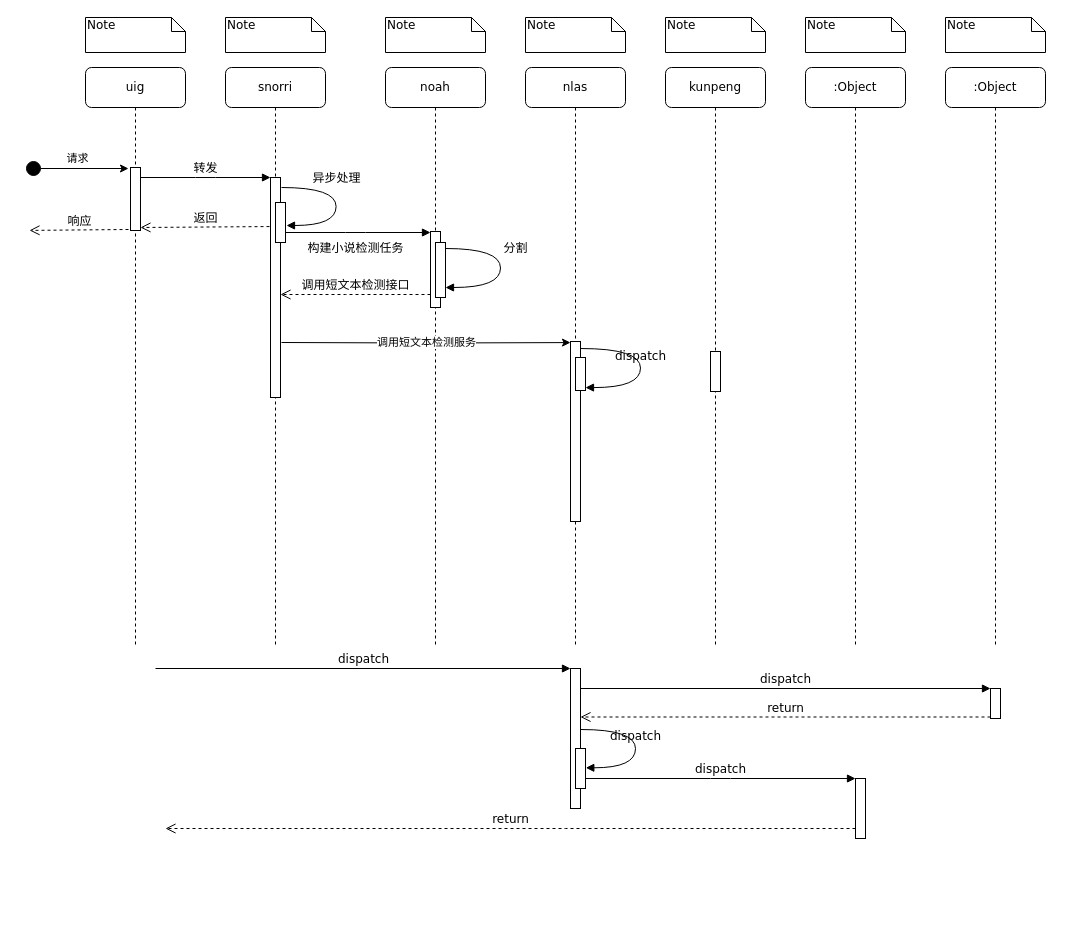
Before: 中文在线机审时序图.drawio in FataliBud/draw.io, a draw.io diagram. Source tidied: cells renumbered, new cells numbered last; positions are measured from the earlier drawing's top-left corner, leaving out a move shared by most shapes. Both pictures are drawn from the tidied source at 100%, with x=0, y=0 at pixel (25, 17).
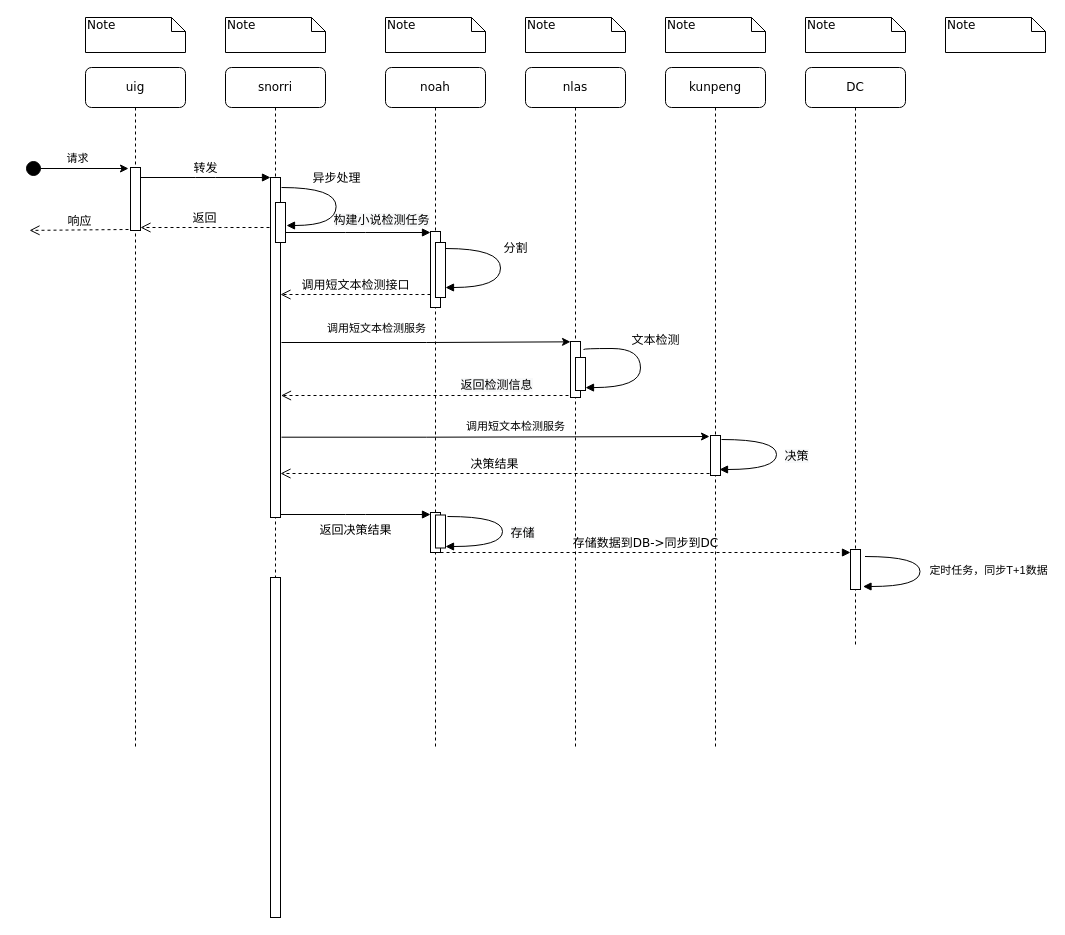
After the change.

Commit message (it also covers changes not shown here):
Update 中文在线机审时序图.drawio

What changed in the source:
```diff
@@
     <mxCell id="2" value="snorri" style="shape=umlLifeline;perimeter=lifelinePerimeter;whiteSpace=wrap;html=1;rounded=1;shadow=0;comic=0;labelBackgroundColor=none;strokeWidth=1;fontFamily=Verdana;fontSize=12;align=center;" parent="1" vertex="1">
-      <mxGeometry x="200" y="50" width="100" height="580" as="geometry" />
+      <mxGeometry x="200" y="50" width="100" height="680" as="geometry" />
     </mxCell>
     <mxCell id="3" style="html=1;points=[];perimeter=orthogonalPerimeter;rounded=0;shadow=0;comic=0;labelBackgroundColor=none;strokeWidth=1;fontFamily=Verdana;fontSize=12;align=center;" parent="2" vertex="1">
-      <mxGeometry x="45" y="110" width="10" height="220" as="geometry" />
+      <mxGeometry x="45" y="110" width="10" height="340" as="geometry" />
     </mxCell>
     <mxCell id="4" value="noah" style="shape=umlLifeline;perimeter=lifelinePerimeter;whiteSpace=wrap;html=1;rounded=1;shadow=0;comic=0;labelBackgroundColor=none;strokeWidth=1;fontFamily=Verdana;fontSize=12;align=center;" parent="1" vertex="1">
-      <mxGeometry x="360" y="50" width="100" height="580" as="geometry" />
+      <mxGeometry x="360" y="50" width="100" height="680" as="geometry" />
     </mxCell>
@@
     <mxCell id="6" value="nlas" style="shape=umlLifeline;perimeter=lifelinePerimeter;whiteSpace=wrap;html=1;rounded=1;shadow=0;comic=0;labelBackgroundColor=none;strokeWidth=1;fontFamily=Verdana;fontSize=12;align=center;" parent="1" vertex="1">
-      <mxGeometry x="500" y="50" width="100" height="580" as="geometry" />
+      <mxGeometry x="500" y="50" width="100" height="680" as="geometry" />
     </mxCell>
     <mxCell id="7" value="kunpeng" style="shape=umlLifeline;perimeter=lifelinePerimeter;whiteSpace=wrap;html=1;rounded=1;shadow=0;comic=0;labelBackgroundColor=none;strokeWidth=1;fontFamily=Verdana;fontSize=12;align=center;" parent="1" vertex="1">
-      <mxGeometry x="640" y="50" width="100" height="580" as="geometry" />
+      <mxGeometry x="640" y="50" width="100" height="680" as="geometry" />
     </mxCell>
-    <mxCell id="8" value=":Object" style="shape=umlLifeline;perimeter=lifelinePerimeter;whiteSpace=wrap;html=1;rounded=1;shadow=0;comic=0;labelBackgroundColor=none;strokeWidth=1;fontFamily=Verdana;fontSize=12;align=center;" parent="1" vertex="1">
+    <mxCell id="8" value="DC" style="shape=umlLifeline;perimeter=lifelinePerimeter;whiteSpace=wrap;html=1;rounded=1;shadow=0;comic=0;labelBackgroundColor=none;strokeWidth=1;fontFamily=Verdana;fontSize=12;align=center;" parent="1" vertex="1">
       <mxGeometry x="780" y="50" width="100" height="580" as="geometry" />
     </mxCell>
-    <mxCell id="9" value=":Object" style="shape=umlLifeline;perimeter=lifelinePerimeter;whiteSpace=wrap;html=1;rounded=1;shadow=0;comic=0;labelBackgroundColor=none;strokeWidth=1;fontFamily=Verdana;fontSize=12;align=center;" parent="1" vertex="1">
-      <mxGeometry x="920" y="50" width="100" height="580" as="geometry" />
-    </mxCell>
     <mxCell id="10" value="uig" style="shape=umlLifeline;perimeter=lifelinePerimeter;whiteSpace=wrap;html=1;rounded=1;shadow=0;comic=0;labelBackgroundColor=none;strokeWidth=1;fontFamily=Verdana;fontSize=12;align=center;" parent="1" vertex="1">
-      <mxGeometry x="60" y="50" width="100" height="580" as="geometry" />
+      <mxGeometry x="60" y="50" width="100" height="680" as="geometry" />
     </mxCell>
@@
     <mxCell id="12" style="html=1;points=[];perimeter=orthogonalPerimeter;rounded=0;shadow=0;comic=0;labelBackgroundColor=none;strokeWidth=1;fontFamily=Verdana;fontSize=12;align=center;" parent="1" vertex="1">
-      <mxGeometry x="545" y="324" width="10" height="180" as="geometry" />
+      <mxGeometry x="545" y="324" width="10" height="56" as="geometry" />
     </mxCell>
     <mxCell id="13" style="html=1;perimeter=orthogonalPerimeter;rounded=0;shadow=0;comic=0;labelBackgroundColor=none;strokeWidth=1;fontFamily=Verdana;fontSize=12;align=center;" parent="1" vertex="1">
-      <mxGeometry x="685" y="334" width="10" height="40" as="geometry" />
+      <mxGeometry x="685" y="418" width="10" height="40" as="geometry" />
     </mxCell>
-    <mxCell id="14" style="html=1;points=[];perimeter=orthogonalPerimeter;rounded=0;shadow=0;comic=0;labelBackgroundColor=none;strokeWidth=1;fontFamily=Verdana;fontSize=12;align=center;" parent="1" vertex="1">
-      <mxGeometry x="545" y="651" width="10" height="140" as="geometry" />
-    </mxCell>
-    <mxCell id="15" value="dispatch" style="html=1;verticalAlign=bottom;endArrow=block;entryX=0;entryY=0;labelBackgroundColor=none;fontFamily=Verdana;fontSize=12;" parent="1" edge="1" target="14">
-      <mxGeometry relative="1" as="geometry">
-        <mxPoint x="130" y="651" as="sourcePoint" />
-      </mxGeometry>
-    </mxCell>
-    <mxCell id="16" style="html=1;points=[];perimeter=orthogonalPerimeter;rounded=0;shadow=0;comic=0;labelBackgroundColor=none;strokeColor=#000000;strokeWidth=1;fillColor=#FFFFFF;fontFamily=Verdana;fontSize=12;fontColor=#000000;align=center;" parent="1" vertex="1">
-      <mxGeometry x="965" y="671" width="10" height="30" as="geometry" />
-    </mxCell>
-    <mxCell id="17" value="dispatch" style="html=1;verticalAlign=bottom;endArrow=block;entryX=0;entryY=0;labelBackgroundColor=none;fontFamily=Verdana;fontSize=12;" parent="1" edge="1" source="14" target="16">
-      <mxGeometry relative="1" as="geometry" />
-    </mxCell>
-    <mxCell id="18" value="return" style="html=1;verticalAlign=bottom;endArrow=open;dashed=1;endSize=8;exitX=0;exitY=0.95;labelBackgroundColor=none;fontFamily=Verdana;fontSize=12;" parent="1" edge="1" source="16" target="14">
-      <mxGeometry relative="1" as="geometry" />
-    </mxCell>
-    <mxCell id="19" style="html=1;points=[];perimeter=orthogonalPerimeter;rounded=0;shadow=0;comic=0;labelBackgroundColor=none;strokeWidth=1;fontFamily=Verdana;fontSize=12;align=center;" parent="1" vertex="1">
-      <mxGeometry x="830" y="761" width="10" height="60" as="geometry" />
-    </mxCell>
-    <mxCell id="20" value="dispatch" style="html=1;verticalAlign=bottom;endArrow=block;entryX=0;entryY=0;labelBackgroundColor=none;fontFamily=Verdana;fontSize=12;edgeStyle=elbowEdgeStyle;elbow=vertical;" parent="1" edge="1" source="26" target="19">
-      <mxGeometry relative="1" as="geometry" />
-    </mxCell>
-    <mxCell id="21" value="return" style="html=1;verticalAlign=bottom;endArrow=open;dashed=1;endSize=8;labelBackgroundColor=none;fontFamily=Verdana;fontSize=12;edgeStyle=elbowEdgeStyle;elbow=vertical;" parent="1" edge="1" source="19">
-      <mxGeometry relative="1" as="geometry">
-        <mxPoint x="140" y="811" as="targetPoint" />
-        <Array as="points">
-          <mxPoint x="530" y="811" />
-        </Array>
-      </mxGeometry>
-    </mxCell>
@@
-    <mxCell id="23" value="构建小说检测任务" style="html=1;verticalAlign=bottom;endArrow=block;entryX=0;entryY=0;labelBackgroundColor=none;fontFamily=Verdana;fontSize=12;edgeStyle=elbowEdgeStyle;elbow=vertical;" parent="1" edge="1">
+    <mxCell id="23" style="html=1;verticalAlign=bottom;endArrow=block;entryX=0;entryY=0;labelBackgroundColor=none;fontFamily=Verdana;fontSize=12;edgeStyle=elbowEdgeStyle;elbow=vertical;" parent="1" edge="1">
       <mxGeometry y="-25" relative="1" as="geometry">
         <mxPoint x="255" y="215" as="sourcePoint" />
         <mxPoint x="405" y="215" as="targetPoint" />
       </mxGeometry>
     </mxCell>
+    <mxCell id="45" value="&lt;span style=&quot;font-family: &amp;#34;verdana&amp;#34; ; font-size: 12px ; background-color: rgb(248 , 249 , 250)&quot;&gt;构建小说检测任务&lt;/span&gt;" style="edgeLabel;html=1;align=center;verticalAlign=middle;" parent="23" vertex="1">
+      <mxGeometry x="0.15" y="1" relative="1" as="geometry">
+        <mxPoint x="14" y="-12" as="offset" />
+      </mxGeometry>
+    </mxCell>
@@
-    <mxCell id="25" value="dispatch" style="html=1;verticalAlign=bottom;endArrow=block;labelBackgroundColor=none;fontFamily=Verdana;fontSize=12;elbow=vertical;edgeStyle=orthogonalEdgeStyle;curved=1;exitX=1;exitY=0.039;exitPerimeter=0;exitDx=0;exitDy=0;" parent="1" edge="1" source="12">
-      <mxGeometry relative="1" as="geometry">
+    <mxCell id="25" value="文本检测" style="html=1;verticalAlign=bottom;endArrow=block;labelBackgroundColor=none;fontFamily=Verdana;fontSize=12;elbow=vertical;edgeStyle=orthogonalEdgeStyle;curved=1;exitX=1.3;exitY=0.143;exitPerimeter=0;exitDx=0;exitDy=0;" parent="1" edge="1" source="12">
+      <mxGeometry x="-0.22" y="15" relative="1" as="geometry">
         <mxPoint x="560" y="370.1" as="targetPoint" />
         <Array as="points">
+          <mxPoint x="558" y="331" />
           <mxPoint x="615" y="331" />
           <mxPoint x="615" y="370" />
         </Array>
       </mxGeometry>
     </mxCell>
-    <mxCell id="26" style="html=1;points=[];perimeter=orthogonalPerimeter;rounded=0;shadow=0;comic=0;labelBackgroundColor=none;strokeWidth=1;fontFamily=Verdana;fontSize=12;align=center;" parent="1" vertex="1">
-      <mxGeometry x="550" y="731" width="10" height="40" as="geometry" />
-    </mxCell>
-    <mxCell id="27" value="dispatch" style="html=1;verticalAlign=bottom;endArrow=block;labelBackgroundColor=none;fontFamily=Verdana;fontSize=12;elbow=vertical;edgeStyle=orthogonalEdgeStyle;curved=1;entryX=1;entryY=0.286;entryPerimeter=0;exitX=1.038;exitY=0.345;exitPerimeter=0;" parent="1" edge="1">
-      <mxGeometry relative="1" as="geometry">
-        <mxPoint x="555.3" y="712" as="sourcePoint" />
-        <mxPoint x="560.3" y="750.3" as="targetPoint" />
-        <Array as="points">
-          <mxPoint x="610" y="712" />
-          <mxPoint x="610" y="750" />
-        </Array>
-      </mxGeometry>
-    </mxCell>
@@
-    <mxCell id="38" value="返回" style="html=1;verticalAlign=bottom;endArrow=open;dashed=1;endSize=8;labelBackgroundColor=none;fontFamily=Verdana;fontSize=12;edgeStyle=elbowEdgeStyle;elbow=vertical;exitX=-0.1;exitY=0.223;exitDx=0;exitDy=0;exitPerimeter=0;" parent="1" edge="1" source="3">
+    <mxCell id="38" value="返回" style="html=1;verticalAlign=bottom;endArrow=open;dashed=1;endSize=8;labelBackgroundColor=none;fontFamily=Verdana;fontSize=12;edgeStyle=elbowEdgeStyle;elbow=vertical;" parent="1" edge="1">
       <mxGeometry relative="1" as="geometry">
+        <mxPoint x="244" y="210" as="sourcePoint" />
         <mxPoint x="115" y="210" as="targetPoint" />
         <Array as="points">
           <mxPoint x="210" y="210" />
           <mxPoint x="370" y="220" />
         </Array>
       </mxGeometry>
     </mxCell>
@@
-    <mxCell id="44" value="调用短文本检测服务" style="edgeStyle=orthogonalEdgeStyle;rounded=0;jettySize=auto;html=1;startArrow=none;startFill=0;entryX=0;entryY=0.006;entryDx=0;entryDy=0;entryPerimeter=0;" parent="1" edge="1" target="12">
-      <mxGeometry relative="1" as="geometry">
+    <mxCell id="44" style="edgeStyle=orthogonalEdgeStyle;rounded=0;jettySize=auto;html=1;startArrow=none;startFill=0;entryX=0;entryY=0.006;entryDx=0;entryDy=0;entryPerimeter=0;" parent="1" edge="1" target="12">
+      <mxGeometry x="0.27" y="5" relative="1" as="geometry">
         <mxPoint x="256" y="325" as="sourcePoint" />
+        <Array as="points">
+          <mxPoint x="401" y="325" />
+        </Array>
       </mxGeometry>
     </mxCell>
+    <mxCell id="46" value="调用短文本检测服务" style="edgeLabel;html=1;align=center;verticalAlign=middle;" parent="44" vertex="1">
+      <mxGeometry x="-0.13" y="-1" relative="1" as="geometry">
+        <mxPoint x="-32" y="-16" as="offset" />
+      </mxGeometry>
+    </mxCell>
+    <mxCell id="47" style="html=1;verticalAlign=bottom;endArrow=open;dashed=1;endSize=8;exitX=-0.1;exitY=0.964;labelBackgroundColor=none;fontFamily=Verdana;fontSize=12;exitDx=0;exitDy=0;exitPerimeter=0;" parent="1" edge="1">
+      <mxGeometry relative="1" as="geometry">
+        <mxPoint x="543" y="378" as="sourcePoint" />
+        <mxPoint x="255.5" y="378" as="targetPoint" />
+      </mxGeometry>
+    </mxCell>
+    <mxCell id="48" value="&lt;span style=&quot;font-family: &amp;#34;verdana&amp;#34; ; font-size: 12px ; background-color: rgb(248 , 249 , 250)&quot;&gt;返回检测信息&lt;/span&gt;" style="edgeLabel;html=1;align=center;verticalAlign=middle;" parent="47" vertex="1">
+      <mxGeometry x="0.16" relative="1" as="geometry">
+        <mxPoint x="94" y="-11" as="offset" />
+      </mxGeometry>
+    </mxCell>
+    <mxCell id="49" style="edgeStyle=orthogonalEdgeStyle;rounded=0;orthogonalLoop=1;jettySize=auto;html=1;startArrow=none;startFill=0;" parent="1" edge="1">
+      <mxGeometry relative="1" as="geometry">
+        <mxPoint x="256" y="419.7" as="sourcePoint" />
+        <mxPoint x="684" y="419" as="targetPoint" />
+        <Array as="points">
+          <mxPoint x="401" y="420" />
+        </Array>
+      </mxGeometry>
+    </mxCell>
+    <mxCell id="50" value="调用短文本检测服务" style="edgeLabel;html=1;align=center;verticalAlign=middle;" parent="49" vertex="1">
+      <mxGeometry x="0.09" y="-1" relative="1" as="geometry">
+        <mxPoint y="-12" as="offset" />
+      </mxGeometry>
+    </mxCell>
+    <mxCell id="51" value="决策结果" style="html=1;verticalAlign=bottom;endArrow=open;dashed=1;endSize=8;exitX=0;exitY=0.95;labelBackgroundColor=none;fontFamily=Verdana;fontSize=12;" parent="1" edge="1">
+      <mxGeometry relative="1" as="geometry">
+        <mxPoint x="684" y="456" as="sourcePoint" />
+        <mxPoint x="255" y="456" as="targetPoint" />
+      </mxGeometry>
+    </mxCell>
+    <mxCell id="52" style="html=1;verticalAlign=bottom;endArrow=block;labelBackgroundColor=none;fontFamily=Verdana;fontSize=12;elbow=vertical;edgeStyle=orthogonalEdgeStyle;curved=1;exitX=1.038;exitY=0.345;exitPerimeter=0;" parent="1" edge="1">
+      <mxGeometry x="-0.23" y="9" relative="1" as="geometry">
+        <mxPoint x="696" y="422" as="sourcePoint" />
+        <mxPoint x="694" y="452" as="targetPoint" />
+        <Array as="points">
+          <mxPoint x="751" y="422" />
+          <mxPoint x="751" y="452" />
+        </Array>
+      </mxGeometry>
+    </mxCell>
+    <mxCell id="53" value="&lt;span style=&quot;font-family: &amp;#34;verdana&amp;#34; ; font-size: 12px ; background-color: rgb(248 , 249 , 250)&quot;&gt;决策&lt;/span&gt;" style="edgeLabel;html=1;align=center;verticalAlign=middle;" parent="52" vertex="1">
+      <mxGeometry x="0.59" y="-2" relative="1" as="geometry">
+        <mxPoint x="47" y="-12" as="offset" />
+      </mxGeometry>
+    </mxCell>
+    <mxCell id="54" style="html=1;perimeter=orthogonalPerimeter;rounded=0;shadow=0;comic=0;labelBackgroundColor=none;strokeWidth=1;fontFamily=Verdana;fontSize=12;align=center;" parent="1" vertex="1">
+      <mxGeometry x="405" y="495" width="10" height="40" as="geometry" />
+    </mxCell>
+    <mxCell id="55" value="返回决策结果" style="html=1;verticalAlign=bottom;endArrow=block;entryX=0;entryY=0;labelBackgroundColor=none;fontFamily=Verdana;fontSize=12;edgeStyle=elbowEdgeStyle;elbow=vertical;" parent="1" edge="1">
+      <mxGeometry y="-25" relative="1" as="geometry">
+        <mxPoint x="255" y="497" as="sourcePoint" />
+        <mxPoint x="405" y="497" as="targetPoint" />
+      </mxGeometry>
+    </mxCell>
+    <mxCell id="56" style="html=1;perimeter=orthogonalPerimeter;rounded=0;shadow=0;comic=0;labelBackgroundColor=none;strokeWidth=1;fontFamily=Verdana;fontSize=12;align=center;" parent="1" vertex="1">
+      <mxGeometry x="825" y="532" width="10" height="40" as="geometry" />
+    </mxCell>
+    <mxCell id="57" value="存储数据到DB-&amp;gt;同步到DC" style="html=1;verticalAlign=bottom;endArrow=block;labelBackgroundColor=none;fontFamily=Verdana;fontSize=12;edgeStyle=elbowEdgeStyle;elbow=horizontal;dashed=1;" parent="1" edge="1">
+      <mxGeometry relative="1" as="geometry">
+        <mxPoint x="415" y="535" as="sourcePoint" />
+        <mxPoint x="825" y="535" as="targetPoint" />
+      </mxGeometry>
+    </mxCell>
+    <mxCell id="58" style="html=1;verticalAlign=bottom;endArrow=block;labelBackgroundColor=none;fontFamily=Verdana;fontSize=12;elbow=vertical;edgeStyle=orthogonalEdgeStyle;curved=1;exitX=1.038;exitY=0.345;exitPerimeter=0;" parent="1" edge="1">
+      <mxGeometry x="-0.23" y="9" relative="1" as="geometry">
+        <mxPoint x="839.5" y="539" as="sourcePoint" />
+        <mxPoint x="837.5" y="569" as="targetPoint" />
+        <Array as="points">
+          <mxPoint x="894.5" y="539" />
+          <mxPoint x="894.5" y="569" />
+        </Array>
+      </mxGeometry>
+    </mxCell>
+    <mxCell id="59" value="定时任务，同步T+1数据" style="edgeLabel;html=1;align=center;verticalAlign=middle;" parent="58" vertex="1">
+      <mxGeometry x="0.01" y="-1" relative="1" as="geometry">
+        <mxPoint x="69" y="-4" as="offset" />
+      </mxGeometry>
+    </mxCell>
+    <mxCell id="60" style="html=1;perimeter=orthogonalPerimeter;rounded=0;shadow=0;comic=0;labelBackgroundColor=none;strokeWidth=1;fontFamily=Verdana;fontSize=12;align=center;" parent="1" vertex="1">
+      <mxGeometry x="410" y="497.5" width="10" height="33" as="geometry" />
+    </mxCell>
+    <mxCell id="61" style="html=1;verticalAlign=bottom;endArrow=block;labelBackgroundColor=none;fontFamily=Verdana;fontSize=12;elbow=vertical;edgeStyle=orthogonalEdgeStyle;curved=1;exitX=1.038;exitY=0.345;exitPerimeter=0;" parent="1" edge="1">
+      <mxGeometry x="-0.23" y="9" relative="1" as="geometry">
+        <mxPoint x="422" y="499" as="sourcePoint" />
+        <mxPoint x="420" y="529" as="targetPoint" />
+        <Array as="points">
+          <mxPoint x="477" y="499" />
+          <mxPoint x="477" y="529" />
+        </Array>
+      </mxGeometry>
+    </mxCell>
+    <mxCell id="62" value="&lt;span style=&quot;font-family: &amp;#34;verdana&amp;#34; ; font-size: 12px ; background-color: rgb(248 , 249 , 250)&quot;&gt;存储&lt;/span&gt;" style="edgeLabel;html=1;align=center;verticalAlign=middle;" parent="61" vertex="1">
+      <mxGeometry x="0.59" y="-2" relative="1" as="geometry">
+        <mxPoint x="47" y="-12" as="offset" />
+      </mxGeometry>
+    </mxCell>
+    <mxCell id="63" style="html=1;perimeter=orthogonalPerimeter;rounded=0;shadow=0;comic=0;labelBackgroundColor=none;strokeWidth=1;fontFamily=Verdana;fontSize=12;align=center;" parent="1" vertex="1">
+      <mxGeometry x="245" y="560" width="10" height="340" as="geometry" />
+    </mxCell>
```
